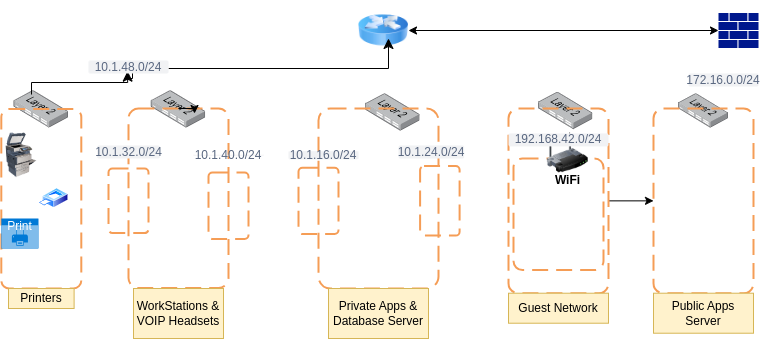
The draw.io diagram secured_network_topology.drawio.png in MwarumbaH-5523/Secured_Networks_Topology, before a commit. Source tidied: cells renumbered, new cells last; positions are measured from the earlier drawing's top-left corner, leaving out a move shared by most shapes.
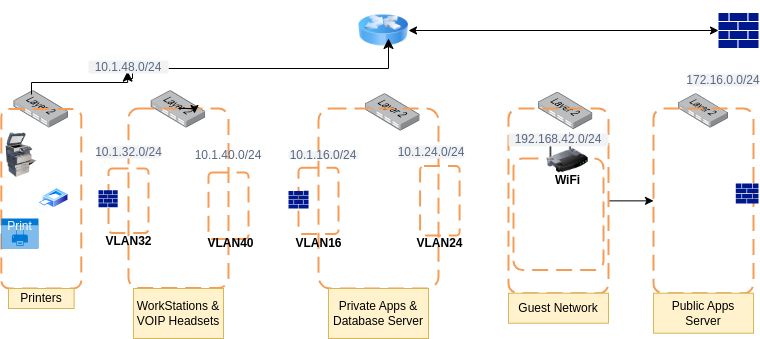
The same file after the commit.

Diff of the diagram source:
```diff
@@ -130,5 +130,26 @@
     <mxCell id="41" value="WiFi" style="text;align=center;fontStyle=1;verticalAlign=middle;spacingLeft=3;spacingRight=3;strokeColor=none;html=1;" parent="1" vertex="1">
       <mxGeometry x="543.6" y="177.1" width="45.6" height="6" as="geometry" />
     </mxCell>
+    <mxCell id="42" value="VLAN32" style="text;align=center;fontStyle=1;verticalAlign=middle;spacingLeft=3;spacingRight=3;strokeColor=none;html=1;" parent="1" vertex="1">
+      <mxGeometry x="112" y="238.4" width="30" height="6" as="geometry" />
+    </mxCell>
+    <mxCell id="43" value="VLAN40" style="text;align=center;fontStyle=1;verticalAlign=middle;spacingLeft=3;spacingRight=3;strokeColor=none;html=1;" parent="1" vertex="1">
+      <mxGeometry x="204.2" y="238.4" width="50" height="10" as="geometry" />
+    </mxCell>
+    <mxCell id="44" value="VLAN16" style="text;align=center;fontStyle=1;verticalAlign=middle;spacingLeft=3;spacingRight=3;strokeColor=none;html=1;" parent="1" vertex="1">
+      <mxGeometry x="292" y="240.4" width="50" height="6" as="geometry" />
+    </mxCell>
+    <mxCell id="45" value="VLAN24" style="text;align=center;fontStyle=1;verticalAlign=middle;spacingLeft=3;spacingRight=3;strokeColor=none;html=1;" parent="1" vertex="1">
+      <mxGeometry x="415.9" y="240.4" width="45" height="6" as="geometry" />
+    </mxCell>
+    <mxCell id="46" style="sketch=0;shadow=0;dashed=0;html=1;strokeColor=none;labelPosition=center;verticalLabelPosition=bottom;verticalAlign=top;align=center;fillColor=#00188D;shape=mxgraph.mscae.enterprise.firewall;" parent="1" vertex="1">
+      <mxGeometry x="287" y="190.4" width="20.1" height="17.6" as="geometry" />
+    </mxCell>
+    <mxCell id="47" style="sketch=0;shadow=0;dashed=0;html=1;strokeColor=none;labelPosition=center;verticalLabelPosition=bottom;verticalAlign=top;align=center;fillColor=#00188D;shape=mxgraph.mscae.enterprise.firewall;" parent="1" vertex="1">
+      <mxGeometry x="97" y="189.8" width="19.2" height="16.9" as="geometry" />
+    </mxCell>
+    <mxCell id="48" style="sketch=0;shadow=0;dashed=0;html=1;strokeColor=none;labelPosition=center;verticalLabelPosition=bottom;verticalAlign=top;align=center;fillColor=#00188D;shape=mxgraph.mscae.enterprise.firewall;" parent="1" vertex="1">
+      <mxGeometry x="734.3" y="183.1" width="22.7" height="20" as="geometry" />
+    </mxCell>
   </root>
 </mxGraphModel>
```
